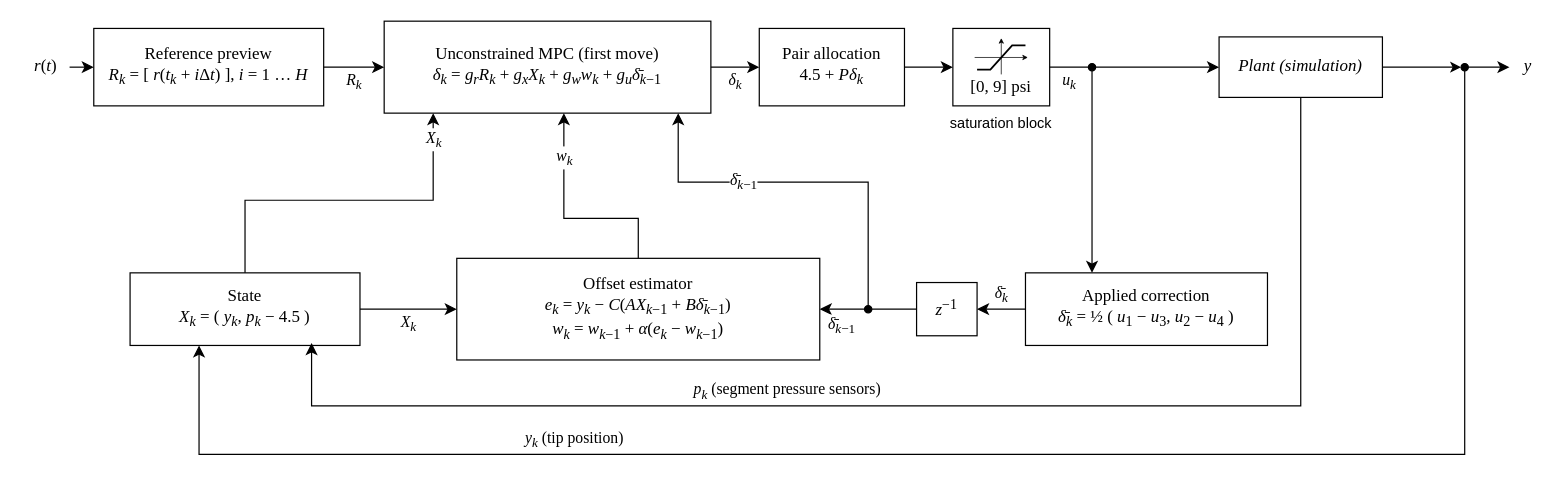
Earlier version of the draw.io diagram page "simplified_MPC" (4 of 11) of docs/diagrams/controllers.drawio (ibraheem-111/soft-pneumatic-arm-control). Source tidied: cells renumbered, new cells numbered last; positions are measured from the earlier drawing's top-left corner, leaving out a move shared by most shapes. Both pictures are drawn from the tidied source at 121%, with x=0, y=0 at pixel (21, 21).
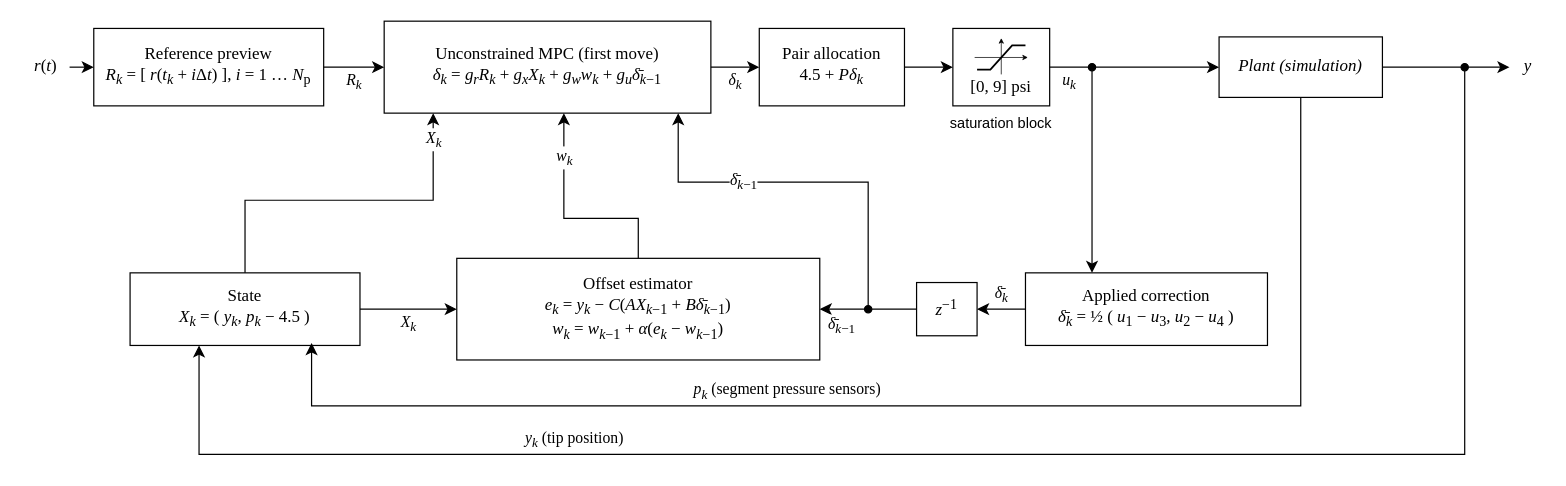
Above is the later version.

Unchanged cells that the change refers to:
```xml
<mxCell id="11" value="&lt;i&gt;Plant (simulation)&lt;/i&gt;" style="rounded=0;whiteSpace=wrap;html=1;fillColor=#FFFFFF;strokeColor=#000000;strokeWidth=1;fontSize=14;fontFamily=Times New Roman;fontColor=#000000;" parent="1" vertex="1">
  <mxGeometry x="990" y="13" width="135" height="50" as="geometry" />
</mxCell>
<mxCell id="14" style="ellipse;html=1;fillColor=#000000;strokeColor=#000000;" parent="1" vertex="1">
  <mxGeometry x="1190" y="35" width="6" height="6" as="geometry" />
</mxCell>
```

The edit, as a diff of the source:
```diff
@@
-    <mxCell id="3" value="Reference preview&lt;br&gt;&lt;i&gt;R&lt;/i&gt;&lt;sub&gt;&lt;i&gt;k&lt;/i&gt;&lt;/sub&gt; = [ &lt;i&gt;r&lt;/i&gt;(&lt;i&gt;t&lt;/i&gt;&lt;sub&gt;&lt;i&gt;k&lt;/i&gt;&lt;/sub&gt; + &lt;i&gt;i&lt;/i&gt;Δ&lt;i&gt;t&lt;/i&gt;) ], &lt;i&gt;i&lt;/i&gt; = 1 … &lt;i&gt;H&lt;/i&gt;" style="rounded=0;whiteSpace=wrap;html=1;fillColor=#FFFFFF;strokeColor=#000000;strokeWidth=1;fontSize=14;fontFamily=Times New Roman;fontColor=#000000;" parent="1" vertex="1">
+    <mxCell id="3" value="Reference preview&lt;br&gt;&lt;i&gt;R&lt;/i&gt;&lt;sub&gt;&lt;i&gt;k&lt;/i&gt;&lt;/sub&gt; = [ &lt;i&gt;r&lt;/i&gt;(&lt;i&gt;t&lt;/i&gt;&lt;sub&gt;&lt;i&gt;k&lt;/i&gt;&lt;/sub&gt; + &lt;i&gt;i&lt;/i&gt;Δ&lt;i&gt;t&lt;/i&gt;) ], &lt;i&gt;i&lt;/i&gt; = 1 … &lt;i&gt;N&lt;/i&gt;&lt;sub&gt;p&lt;/sub&gt;" style="rounded=0;whiteSpace=wrap;html=1;fillColor=#FFFFFF;strokeColor=#000000;strokeWidth=1;fontSize=14;fontFamily=Times New Roman;fontColor=#000000;" parent="1" vertex="1">
       <mxGeometry x="60" y="6" width="190" height="64" as="geometry" />
     </mxCell>
@@
-    <mxCell id="10" style="edgeStyle=orthogonalEdgeStyle;rounded=0;jettySize=auto;html=1;defaultLabelBackgroundColor=page;labelPadding=0 4;entryX=0;entryY=0.5;entryDx=0;entryDy=0;" parent="1" edge="1" source="11" target="14">
+    <mxCell id="10" style="edgeStyle=orthogonalEdgeStyle;rounded=0;jettySize=auto;html=1;defaultLabelBackgroundColor=page;labelPadding=0 4;entryX=0;entryY=0.5;entryDx=0;entryDy=0;endArrow=none;" parent="1" edge="1" source="11" target="14">
       <mxGeometry relative="1" as="geometry" />
     </mxCell>
```
